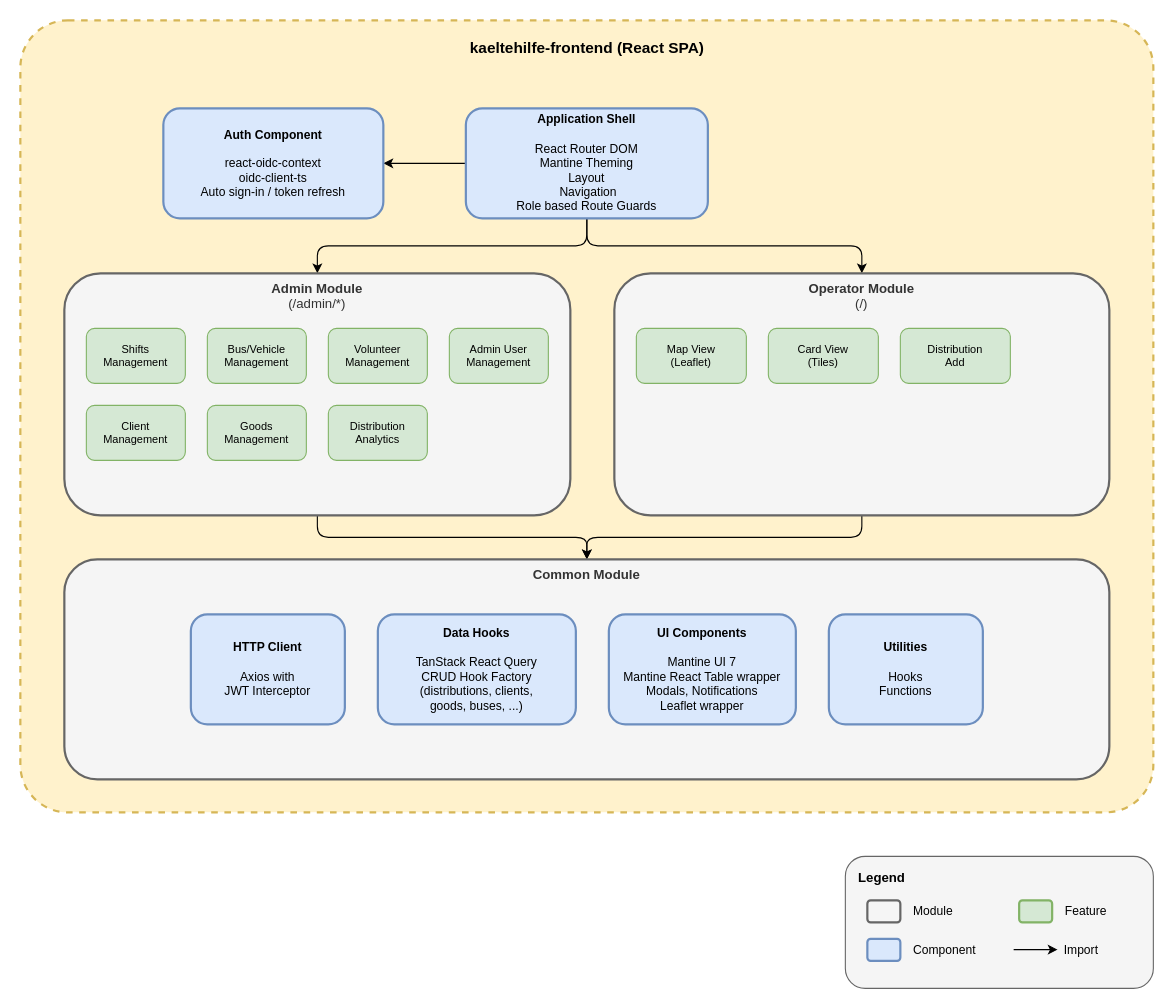
Before: docs/img/architecture/3_whitebox_frontend.drawio in Businesskasper/kaeltehilfe, a draw.io diagram. Source tidied: cells renumbered, new cells numbered last; positions are measured from the earlier drawing's top-left corner, leaving out a move shared by most shapes. Both pictures are drawn from the tidied source at 110%, with x=0, y=0 at pixel (20, 20).
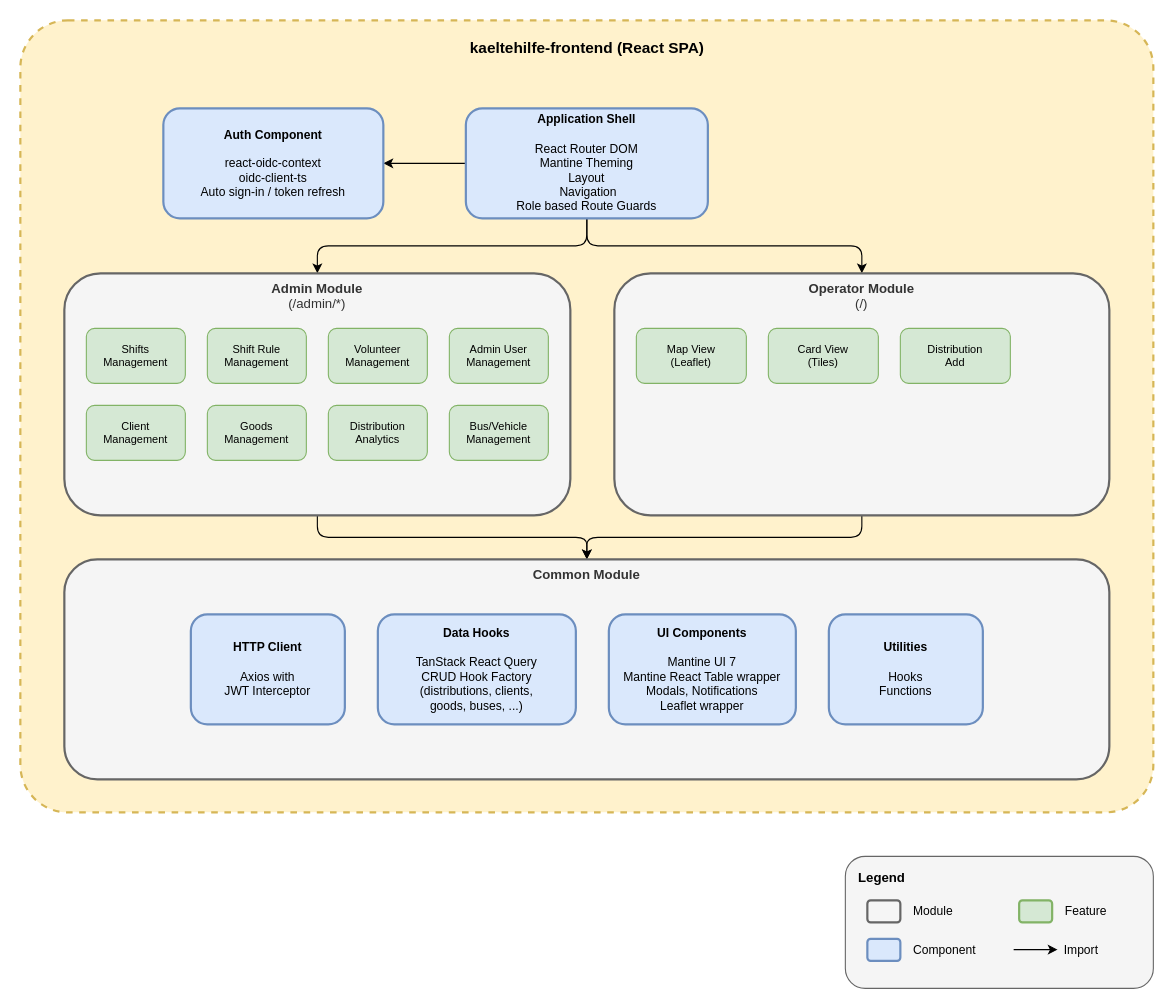
Above is the later version.

Diff of the diagram source:
```diff
@@
-    <mxCell id="12" value="Bus/Vehicle&lt;br&gt;Management" style="rounded=1;whiteSpace=wrap;html=1;fillColor=#d5e8d4;strokeColor=#82b366;fontSize=10;" parent="1" vertex="1">
+    <mxCell id="12" value="Shift Rule&lt;br&gt;Management" style="rounded=1;whiteSpace=wrap;html=1;fillColor=#d5e8d4;strokeColor=#82b366;fontSize=10;" parent="1" vertex="1">
       <mxGeometry x="170" y="280" width="90" height="50" as="geometry" />
     </mxCell>
@@
+    <mxCell id="39" value="Bus/Vehicle&lt;br&gt;Management" style="rounded=1;whiteSpace=wrap;html=1;fillColor=#d5e8d4;strokeColor=#82b366;fontSize=10;" parent="1" vertex="1">
+      <mxGeometry x="390" y="350" width="90" height="50" as="geometry" />
+    </mxCell>
```
